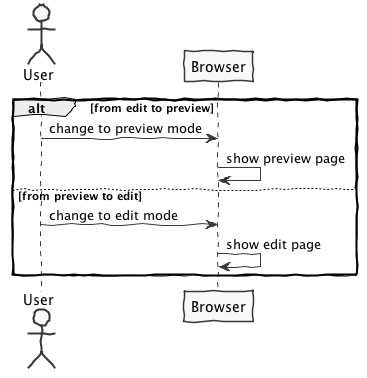
This is docs/red/1160630/sp1/analysis3.png from Fuel4us/EventManagingApp, a PlantUML export, as it was before one commit. The source it was exported from:
```plantuml
@startuml  analysis3
skinparam handwritten true
skinparam monochrome true
skinparam packageStyle rect
skinparam defaultFontName FG Virgil
skinparam shadowing false



alt from edit to preview

actor User

	User -> Browser : change to preview mode
    Browser -> Browser : show preview page

else from preview to edit

    User -> Browser : change to edit mode
    Browser -> Browser : show edit page

end
@enduml
```
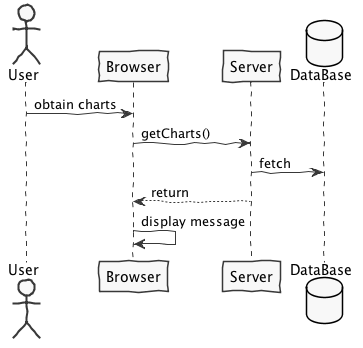
After the commit.

Diff of the diagram source:
```diff
@@ -1,23 +1,18 @@
-@startuml  analysis3
+@startuml  analysis2
 skinparam handwritten true
 skinparam monochrome true
 skinparam packageStyle rect
 skinparam defaultFontName FG Virgil
 skinparam shadowing false
 
+actor User
+
+User -> Browser : obtain charts
+Browser -> Server : getCharts()
+database DataBase
+Server -> DataBase: fetch
+Server --> Browser : return
+Browser -> Browser : display message
 
 
-alt from edit to preview
-
-actor User
-
-	User -> Browser : change to preview mode
-    Browser -> Browser : show preview page
-
-else from preview to edit
-
-    User -> Browser : change to edit mode
-    Browser -> Browser : show edit page
-
-end
 @enduml
```
